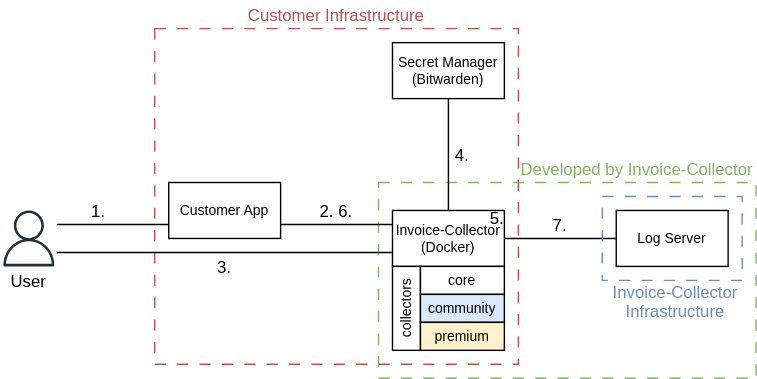
invoice-collector/website keeps this draw.io diagram as docs/diagrams/infra_self_hosted.svg. Above is the earlier version. Source tidied: cells renumbered, new cells last; positions are measured from the earlier drawing's top-left corner, leaving out a move shared by most shapes.
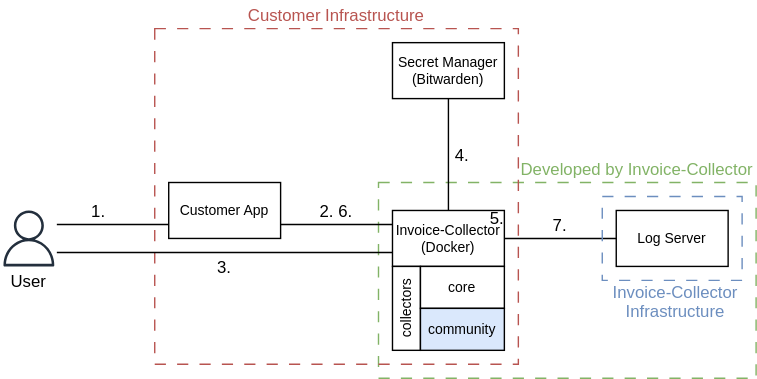
Later version of the same file.

The edit, as a diff of the source:
```diff
@@ -29,14 +29,11 @@
       <mxGeometry x="280" y="190" width="20" height="60" as="geometry" />
     </mxCell>
     <mxCell id="10" value="core" style="whiteSpace=wrap;html=1;fontSize=10;" parent="1" vertex="1">
-      <mxGeometry x="300" y="190" width="60" height="20" as="geometry" />
+      <mxGeometry x="300" y="190" width="60" height="30" as="geometry" />
     </mxCell>
     <mxCell id="11" value="community" style="whiteSpace=wrap;html=1;fontSize=10;fillColor=#dae8fc;strokeColor=#000000;" parent="1" vertex="1">
-      <mxGeometry x="300" y="210" width="60" height="20" as="geometry" />
+      <mxGeometry x="300" y="220" width="60" height="30" as="geometry" />
     </mxCell>
-    <mxCell id="12" value="premium" style="whiteSpace=wrap;html=1;fontSize=10;fillColor=#fff2cc;strokeColor=#000000;" parent="1" vertex="1">
-      <mxGeometry x="300" y="230" width="60" height="20" as="geometry" />
-    </mxCell>
     <mxCell id="13" value="Log Server" style="whiteSpace=wrap;html=1;fontSize=10;" parent="1" vertex="1">
       <mxGeometry x="440" y="150" width="80" height="40" as="geometry" />
     </mxCell>
```
